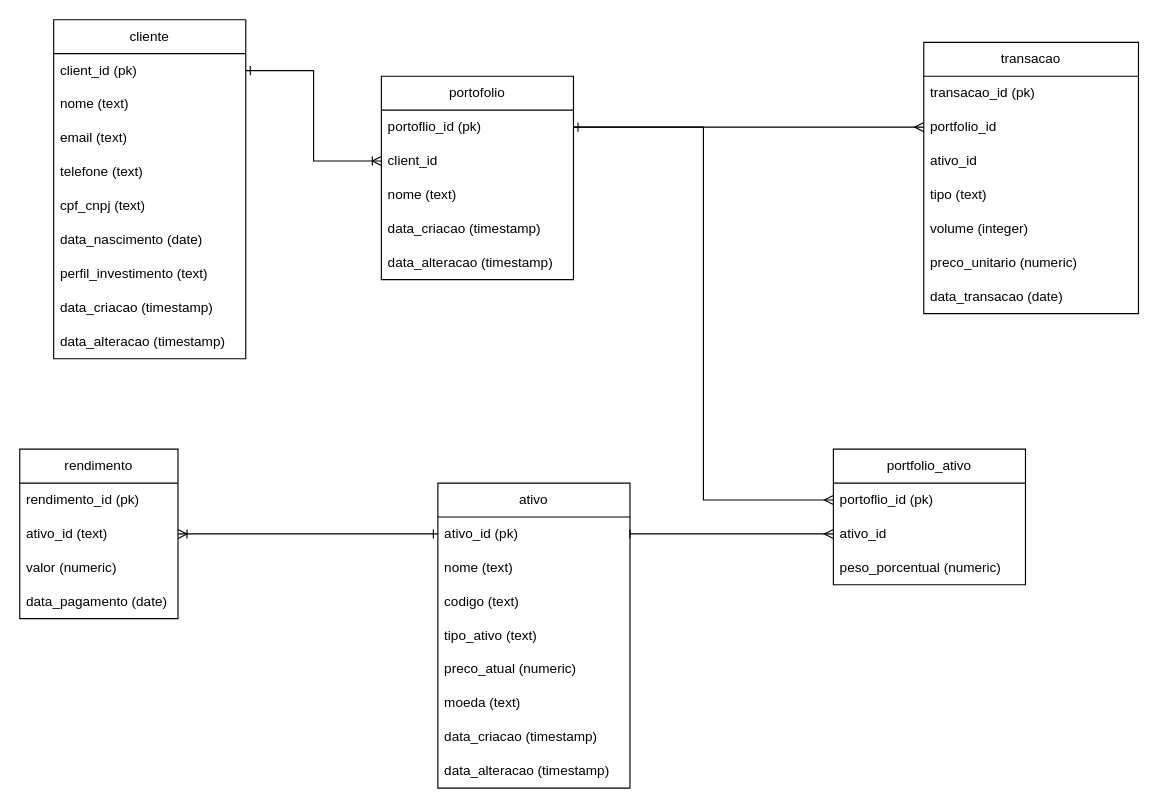
joaobodingbaner/code-cha keeps this draw.io diagram as page "Cenario 2" (1 of 4) of bwgi/DE/diagramas.drawio. Above is the earlier version. Source tidied: cells renumbered, new cells numbered last; positions are measured from the earlier drawing's top-left corner, leaving out a move shared by most shapes. Both pictures are drawn from the tidied source at 113%, with x=0, y=0 at pixel (19, 19).
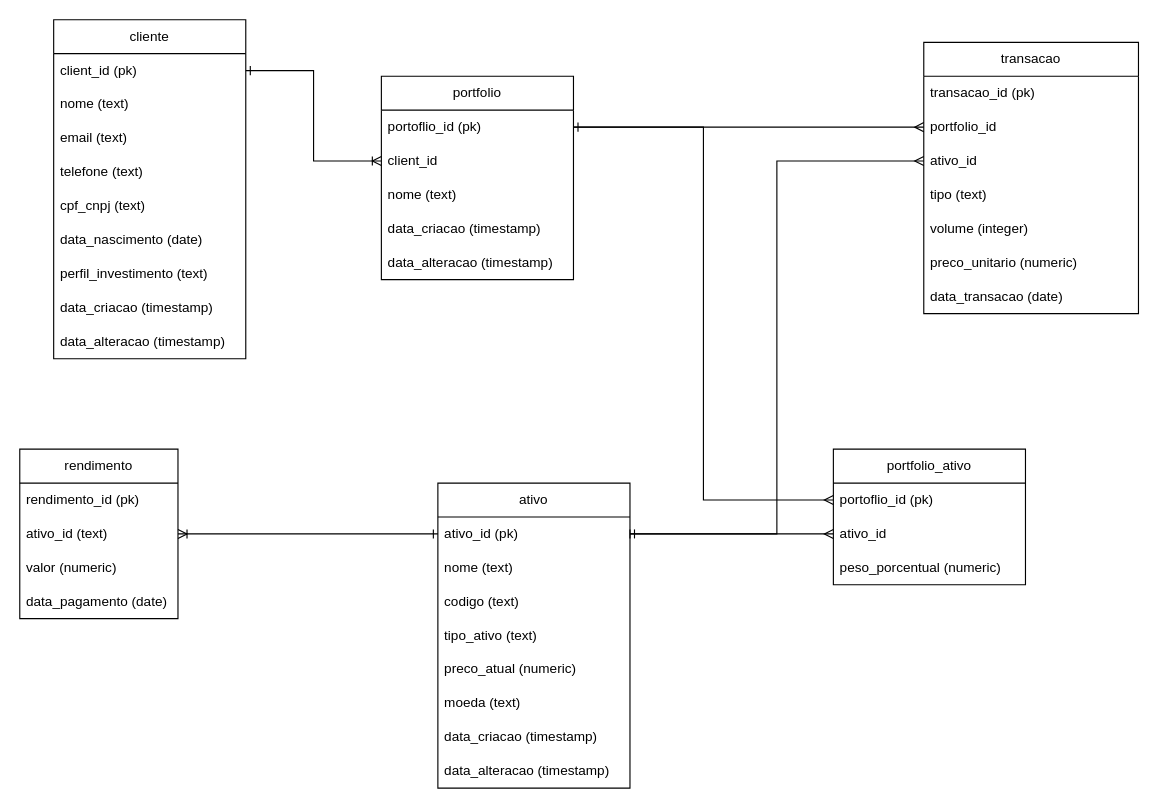
Above is the later version.

The change refers to these unchanged cells:
```xml
<mxCell id="13" value="ativo_id (pk)" style="text;strokeColor=none;fillColor=none;align=left;verticalAlign=middle;spacingLeft=4;spacingRight=4;overflow=hidden;points=[[0,0.5],[1,0.5]];portConstraint=eastwest;whiteSpace=wrap;html=1;" parent="12" vertex="1">
  <mxGeometry y="30" width="170" height="30" as="geometry" />
</mxCell>
<mxCell id="35" value="ativo_id" style="text;strokeColor=none;fillColor=none;align=left;verticalAlign=middle;spacingLeft=4;spacingRight=4;overflow=hidden;points=[[0,0.5],[1,0.5]];portConstraint=eastwest;whiteSpace=wrap;html=1;" parent="32" vertex="1">
  <mxGeometry y="90" width="190" height="30" as="geometry" />
</mxCell>
```

What changed in the source:
```diff
@@
-    <mxCell id="26" value="portofolio" style="swimlane;fontStyle=0;horizontal=1;startSize=30;whiteSpace=wrap;html=1;" parent="1" vertex="1">
+    <mxCell id="26" value="portfolio" style="swimlane;fontStyle=0;horizontal=1;startSize=30;whiteSpace=wrap;html=1;" parent="1" vertex="1">
       <mxGeometry x="320" y="50" width="170" height="180" as="geometry" />
     </mxCell>
@@
+    <mxCell id="49" style="edgeStyle=orthogonalEdgeStyle;rounded=0;jettySize=auto;html=1;entryX=0;entryY=0.5;entryDx=0;entryDy=0;endArrow=ERmany;endFill=0;startArrow=ERone;startFill=0;" parent="1" edge="1" source="13" target="35">
+      <mxGeometry relative="1" as="geometry">
+        <Array as="points">
+          <mxPoint x="670" y="455" />
+          <mxPoint x="670" y="125" />
+        </Array>
+      </mxGeometry>
+    </mxCell>
```
